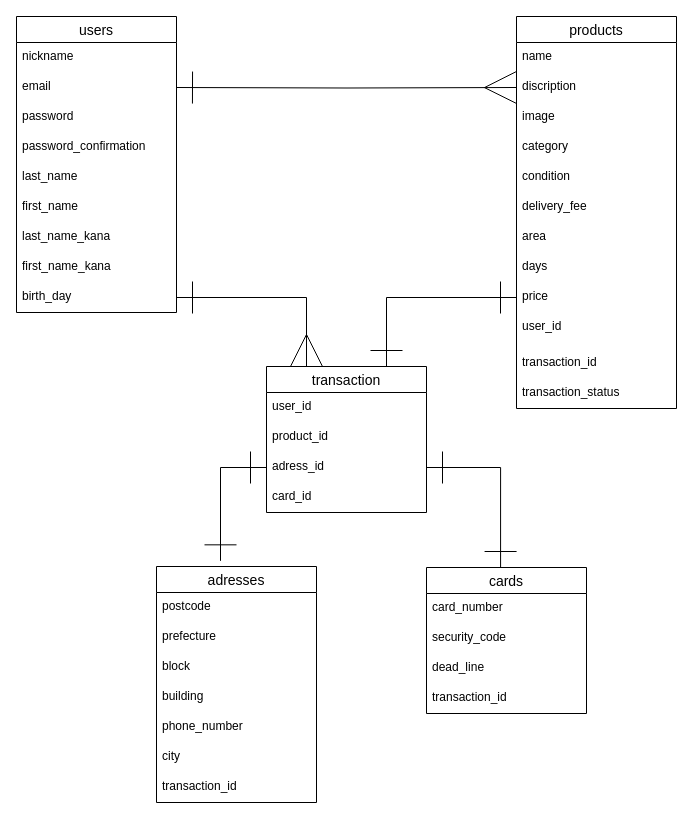
This is er.dio from tatsuhiko-ooya/furima-33822, a draw.io file, before an edit. Source tidied: cells renumbered, new cells numbered last; positions are measured from the earlier drawing's top-left corner, leaving out a move shared by most shapes. Both pictures are drawn from the tidied source at 100%, with x=0, y=0 at pixel (16, 16).
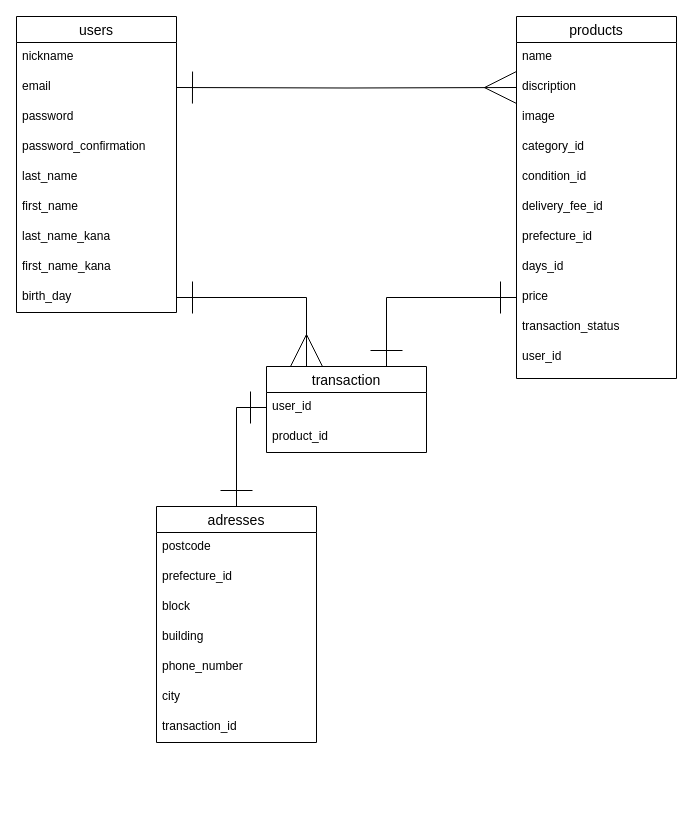
Above is the later version.

The change refers to these unchanged cells:
```xml
<mxCell id="3" value="user_id" style="text;strokeColor=none;fillColor=none;spacingLeft=4;spacingRight=4;overflow=hidden;points=[[0,0.5],[1,0.5]];portConstraint=eastwest;fontSize=12;" parent="2" vertex="1">
  <mxGeometry y="26" width="160" height="30" as="geometry" />
</mxCell>
```

The edit, as a diff of the source:
```diff
@@
     <mxCell id="2" value="transaction" style="swimlane;fontStyle=0;horizontal=1;startSize=26;align=center;fontSize=14;" parent="1" vertex="1">
-      <mxGeometry x="250" y="350" width="160" height="146" as="geometry" />
+      <mxGeometry x="250" y="350" width="160" height="86" as="geometry" />
     </mxCell>
@@
-    <mxCell id="5" value="adress_id" style="text;strokeColor=none;fillColor=none;spacingLeft=4;spacingRight=4;overflow=hidden;points=[[0,0.5],[1,0.5]];portConstraint=eastwest;fontSize=12;" parent="2" vertex="1">
-      <mxGeometry y="86" width="160" height="30" as="geometry" />
-    </mxCell>
-    <mxCell id="6" value="card_id" style="text;strokeColor=none;fillColor=none;spacingLeft=4;spacingRight=4;overflow=hidden;fontSize=12;" parent="2" vertex="1">
-      <mxGeometry y="116" width="160" height="30" as="geometry" />
-    </mxCell>
     <mxCell id="7" value="products" style="swimlane;fontStyle=0;horizontal=1;startSize=26;align=center;fontSize=14;" parent="1" vertex="1">
-      <mxGeometry x="500" width="160" height="392" as="geometry" />
+      <mxGeometry x="500" width="160" height="362" as="geometry" />
     </mxCell>
@@
-    <mxCell id="11" value="category" style="text;strokeColor=none;fillColor=none;spacingLeft=4;spacingRight=4;overflow=hidden;fontSize=12;" parent="7" vertex="1">
+    <mxCell id="11" value="category_id" style="text;strokeColor=none;fillColor=none;spacingLeft=4;spacingRight=4;overflow=hidden;fontSize=12;" parent="7" vertex="1">
       <mxGeometry y="116" width="160" height="30" as="geometry" />
     </mxCell>
-    <mxCell id="12" value="condition" style="text;strokeColor=none;fillColor=none;spacingLeft=4;spacingRight=4;overflow=hidden;fontSize=12;" parent="7" vertex="1">
+    <mxCell id="12" value="condition_id" style="text;strokeColor=none;fillColor=none;spacingLeft=4;spacingRight=4;overflow=hidden;fontSize=12;" parent="7" vertex="1">
       <mxGeometry y="146" width="160" height="30" as="geometry" />
     </mxCell>
-    <mxCell id="13" value="delivery_fee" style="text;strokeColor=none;fillColor=none;spacingLeft=4;spacingRight=4;overflow=hidden;fontSize=12;" parent="7" vertex="1">
+    <mxCell id="13" value="delivery_fee_id" style="text;strokeColor=none;fillColor=none;spacingLeft=4;spacingRight=4;overflow=hidden;fontSize=12;" parent="7" vertex="1">
       <mxGeometry y="176" width="160" height="30" as="geometry" />
     </mxCell>
-    <mxCell id="14" value="area" style="text;strokeColor=none;fillColor=none;spacingLeft=4;spacingRight=4;overflow=hidden;fontSize=12;" parent="7" vertex="1">
+    <mxCell id="14" value="prefecture_id" style="text;strokeColor=none;fillColor=none;spacingLeft=4;spacingRight=4;overflow=hidden;fontSize=12;" parent="7" vertex="1">
       <mxGeometry y="206" width="160" height="30" as="geometry" />
     </mxCell>
-    <mxCell id="15" value="days" style="text;strokeColor=none;fillColor=none;spacingLeft=4;spacingRight=4;overflow=hidden;fontSize=12;" parent="7" vertex="1">
+    <mxCell id="15" value="days_id" style="text;strokeColor=none;fillColor=none;spacingLeft=4;spacingRight=4;overflow=hidden;fontSize=12;" parent="7" vertex="1">
       <mxGeometry y="236" width="160" height="30" as="geometry" />
     </mxCell>
@@
+    <mxCell id="19" value="transaction_status" style="text;strokeColor=none;fillColor=none;spacingLeft=4;spacingRight=4;overflow=hidden;fontSize=12;" parent="7" vertex="1">
+      <mxGeometry y="296" width="160" height="30" as="geometry" />
+    </mxCell>
     <mxCell id="17" value="user_id" style="text;strokeColor=none;fillColor=none;spacingLeft=4;spacingRight=4;overflow=hidden;fontSize=12;" parent="7" vertex="1">
-      <mxGeometry y="296" width="160" height="36" as="geometry" />
+      <mxGeometry y="326" width="160" height="36" as="geometry" />
     </mxCell>
-    <mxCell id="18" value="transaction_id&#10;" style="text;strokeColor=none;fillColor=none;spacingLeft=4;spacingRight=4;overflow=hidden;fontSize=12;" parent="7" vertex="1">
-      <mxGeometry y="332" width="160" height="30" as="geometry" />
-    </mxCell>
-    <mxCell id="19" value="transaction_status" style="text;strokeColor=none;fillColor=none;spacingLeft=4;spacingRight=4;overflow=hidden;fontSize=12;" parent="7" vertex="1">
-      <mxGeometry y="362" width="160" height="30" as="geometry" />
-    </mxCell>
@@
     <mxCell id="33" value="adresses" style="swimlane;fontStyle=0;horizontal=1;startSize=26;align=center;fontSize=14;" parent="1" vertex="1">
-      <mxGeometry x="140" y="550" width="160" height="236" as="geometry" />
+      <mxGeometry x="140" y="490" width="160" height="236" as="geometry" />
     </mxCell>
@@
-    <mxCell id="35" value="prefecture" style="text;strokeColor=none;fillColor=none;spacingLeft=4;spacingRight=4;overflow=hidden;fontSize=12;" parent="33" vertex="1">
+    <mxCell id="35" value="prefecture_id" style="text;strokeColor=none;fillColor=none;spacingLeft=4;spacingRight=4;overflow=hidden;fontSize=12;" parent="33" vertex="1">
       <mxGeometry y="56" width="160" height="30" as="geometry" />
     </mxCell>
@@
-    <mxCell id="41" value="cards" style="swimlane;fontStyle=0;horizontal=1;startSize=26;align=center;fontSize=14;" parent="1" vertex="1">
-      <mxGeometry x="410" y="551" width="160" height="146" as="geometry" />
-    </mxCell>
-    <mxCell id="42" value="card_number" style="text;strokeColor=none;fillColor=none;spacingLeft=4;spacingRight=4;overflow=hidden;fontSize=12;" parent="41" vertex="1">
-      <mxGeometry y="26" width="160" height="30" as="geometry" />
-    </mxCell>
-    <mxCell id="43" value="security_code" style="text;strokeColor=none;fillColor=none;spacingLeft=4;spacingRight=4;overflow=hidden;fontSize=12;" parent="41" vertex="1">
-      <mxGeometry y="56" width="160" height="30" as="geometry" />
-    </mxCell>
-    <mxCell id="44" value="dead_line" style="text;strokeColor=none;fillColor=none;spacingLeft=4;spacingRight=4;overflow=hidden;fontSize=12;" parent="41" vertex="1">
-      <mxGeometry y="86" width="160" height="30" as="geometry" />
-    </mxCell>
-    <mxCell id="45" value="transaction_id" style="text;strokeColor=none;fillColor=none;spacingLeft=4;spacingRight=4;overflow=hidden;fontSize=12;" parent="41" vertex="1">
-      <mxGeometry y="116" width="160" height="30" as="geometry" />
-    </mxCell>
-    <mxCell id="46" style="edgeStyle=orthogonalEdgeStyle;rounded=0;jettySize=auto;html=1;exitX=0;exitY=0.5;exitDx=0;exitDy=0;entryX=0.4;entryY=-0.024;entryDx=0;entryDy=0;entryPerimeter=0;startArrow=ERone;startFill=0;startSize=30;endArrow=ERone;endFill=0;endSize=30;" parent="1" edge="1" source="5" target="33">
-      <mxGeometry relative="1" as="geometry" />
-    </mxCell>
-    <mxCell id="47" style="edgeStyle=orthogonalEdgeStyle;rounded=0;jettySize=auto;html=1;exitX=1;exitY=0.5;exitDx=0;exitDy=0;entryX=0.463;entryY=0;entryDx=0;entryDy=0;entryPerimeter=0;startArrow=ERone;startFill=0;startSize=30;endArrow=ERone;endFill=0;endSize=30;" parent="1" edge="1" source="5" target="41">
-      <mxGeometry relative="1" as="geometry" />
-    </mxCell>
+    <mxCell id="48" style="edgeStyle=orthogonalEdgeStyle;rounded=0;jettySize=auto;html=1;exitX=0;exitY=0.5;exitDx=0;exitDy=0;entryX=0.5;entryY=0;entryDx=0;entryDy=0;endArrow=ERone;endFill=0;startArrow=ERone;startFill=0;endSize=30;startSize=30;" parent="1" edge="1" source="3" target="33">
+      <mxGeometry relative="1" as="geometry">
+        <Array as="points">
+          <mxPoint x="220" y="391" />
+        </Array>
+      </mxGeometry>
+    </mxCell>
```
